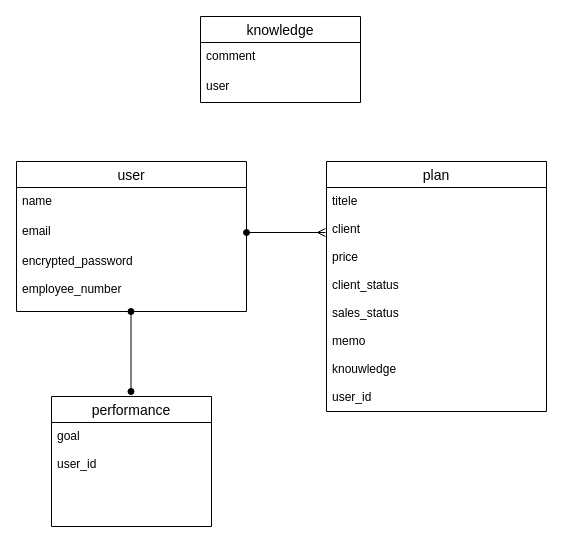
sayaka-ando/urican_app keeps this draw.io diagram as urican.dio. Above is the earlier version. Source tidied: cells renumbered, new cells numbered last; positions are measured from the earlier drawing's top-left corner, leaving out a move shared by most shapes. Both pictures are drawn from the tidied source at 100%, with x=0, y=0 at pixel (16, 16).
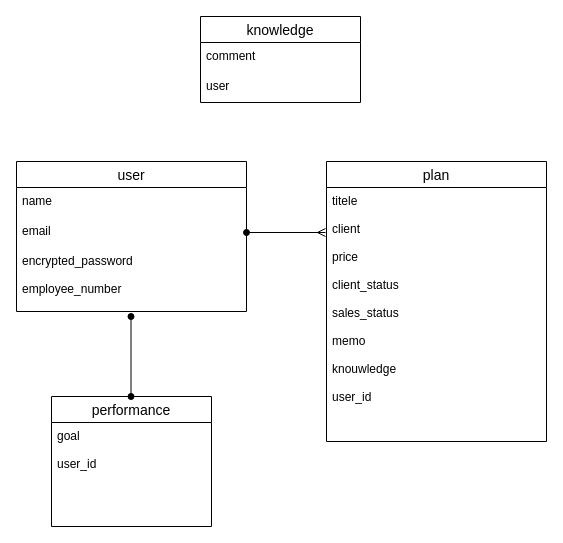
After the change.

Diff of the diagram source:
```diff
@@
 <mxGraphModel>
   <root>
     <mxCell id="0" />
     <mxCell id="1" parent="0" />
     <mxCell id="2" value="user" style="swimlane;fontStyle=0;horizontal=1;startSize=26;align=center;fontSize=14;" parent="1" vertex="1">
       <mxGeometry y="145" width="230" height="150" as="geometry" />
     </mxCell>
     <mxCell id="3" value="name&#10;" style="text;strokeColor=none;fillColor=none;spacingLeft=4;spacingRight=4;overflow=hidden;fontSize=12;" parent="2" vertex="1">
       <mxGeometry y="26" width="230" height="30" as="geometry" />
     </mxCell>
     <mxCell id="4" value="email&#10;" style="text;strokeColor=none;fillColor=none;spacingLeft=4;spacingRight=4;overflow=hidden;points=[[0,0.5],[1,0.5]];portConstraint=eastwest;fontSize=12;" parent="2" vertex="1">
       <mxGeometry y="56" width="230" height="30" as="geometry" />
     </mxCell>
     <mxCell id="5" value="encrypted_password&#10;&#10;employee_number" style="text;strokeColor=none;fillColor=none;spacingLeft=4;spacingRight=4;overflow=hidden;fontSize=12;" parent="2" vertex="1">
       <mxGeometry y="86" width="230" height="64" as="geometry" />
     </mxCell>
-    <mxCell id="6" style="endArrow=oval;html=1;rounded=0;endFill=1;startArrow=oval;startFill=1;" parent="2" edge="1">
-      <mxGeometry relative="1" as="geometry">
-        <mxPoint x="114.5" y="150" as="sourcePoint" />
-        <mxPoint x="114.5" y="230" as="targetPoint" />
-      </mxGeometry>
-    </mxCell>
     <mxCell id="7" value="plan" style="swimlane;fontStyle=0;horizontal=1;startSize=26;align=center;fontSize=14;" parent="1" vertex="1">
-      <mxGeometry x="310" y="145" width="220" height="250" as="geometry" />
+      <mxGeometry x="310" y="145" width="220" height="280" as="geometry" />
     </mxCell>
-    <mxCell id="8" value="titele&#10;&#10;client&#10;&#10;price&#10;&#10;client_status&#10;&#10;sales_status&#10;&#10;memo&#10;&#10;knouwledge&#10;&#10;user_id&#10;" style="text;strokeColor=none;fillColor=none;spacingLeft=4;spacingRight=4;overflow=hidden;fontSize=12;" parent="7" vertex="1">
-      <mxGeometry y="26" width="220" height="224" as="geometry" />
+    <mxCell id="8" value="titele&#10;&#10;client&#10;&#10;price&#10;&#10;client_status&#10;&#10;sales_status&#10;&#10;memo&#10;&#10;knouwledge&#10;&#10;user_id&#10;&#10;" style="text;strokeColor=none;fillColor=none;spacingLeft=4;spacingRight=4;overflow=hidden;fontSize=12;" parent="7" vertex="1">
+      <mxGeometry y="26" width="220" height="254" as="geometry" />
     </mxCell>
     <mxCell id="9" value="performance" style="swimlane;fontStyle=0;horizontal=1;startSize=26;align=center;fontSize=14;" parent="1" vertex="1">
       <mxGeometry x="35" y="380" width="160" height="130" as="geometry" />
     </mxCell>
     <mxCell id="10" value="goal&#10;&#10;user_id&#10;" style="text;strokeColor=none;fillColor=none;spacingLeft=4;spacingRight=4;overflow=hidden;fontSize=12;" parent="9" vertex="1">
       <mxGeometry y="26" width="160" height="104" as="geometry" />
     </mxCell>
+    <mxCell id="6" style="endArrow=oval;html=1;rounded=0;endFill=1;startArrow=oval;startFill=1;" parent="9" edge="1">
+      <mxGeometry relative="1" as="geometry">
+        <mxPoint x="79.5" y="-80" as="sourcePoint" />
+        <mxPoint x="79.5" as="targetPoint" />
+      </mxGeometry>
+    </mxCell>
     <mxCell id="11" style="rounded=0;jettySize=auto;html=1;exitX=1;exitY=0.5;exitDx=0;exitDy=0;startArrow=oval;startFill=1;endArrow=ERmany;endFill=0;" parent="1" edge="1" source="4">
       <mxGeometry relative="1" as="geometry">
         <mxPoint x="309" y="216" as="targetPoint" />
       </mxGeometry>
     </mxCell>
     <mxCell id="12" value="knowledge" style="swimlane;fontStyle=0;horizontal=1;startSize=26;align=center;fontSize=14;" parent="1" vertex="1">
       <mxGeometry x="184" width="160" height="86" as="geometry" />
     </mxCell>
     <mxCell id="13" value="comment" style="text;strokeColor=none;fillColor=none;spacingLeft=4;spacingRight=4;overflow=hidden;fontSize=12;" parent="12" vertex="1">
       <mxGeometry y="26" width="160" height="30" as="geometry" />
     </mxCell>
     <mxCell id="14" value="user" style="text;strokeColor=none;fillColor=none;spacingLeft=4;spacingRight=4;overflow=hidden;fontSize=12;" parent="12" vertex="1">
       <mxGeometry y="56" width="160" height="30" as="geometry" />
     </mxCell>
   </root>
 </mxGraphModel>
```
